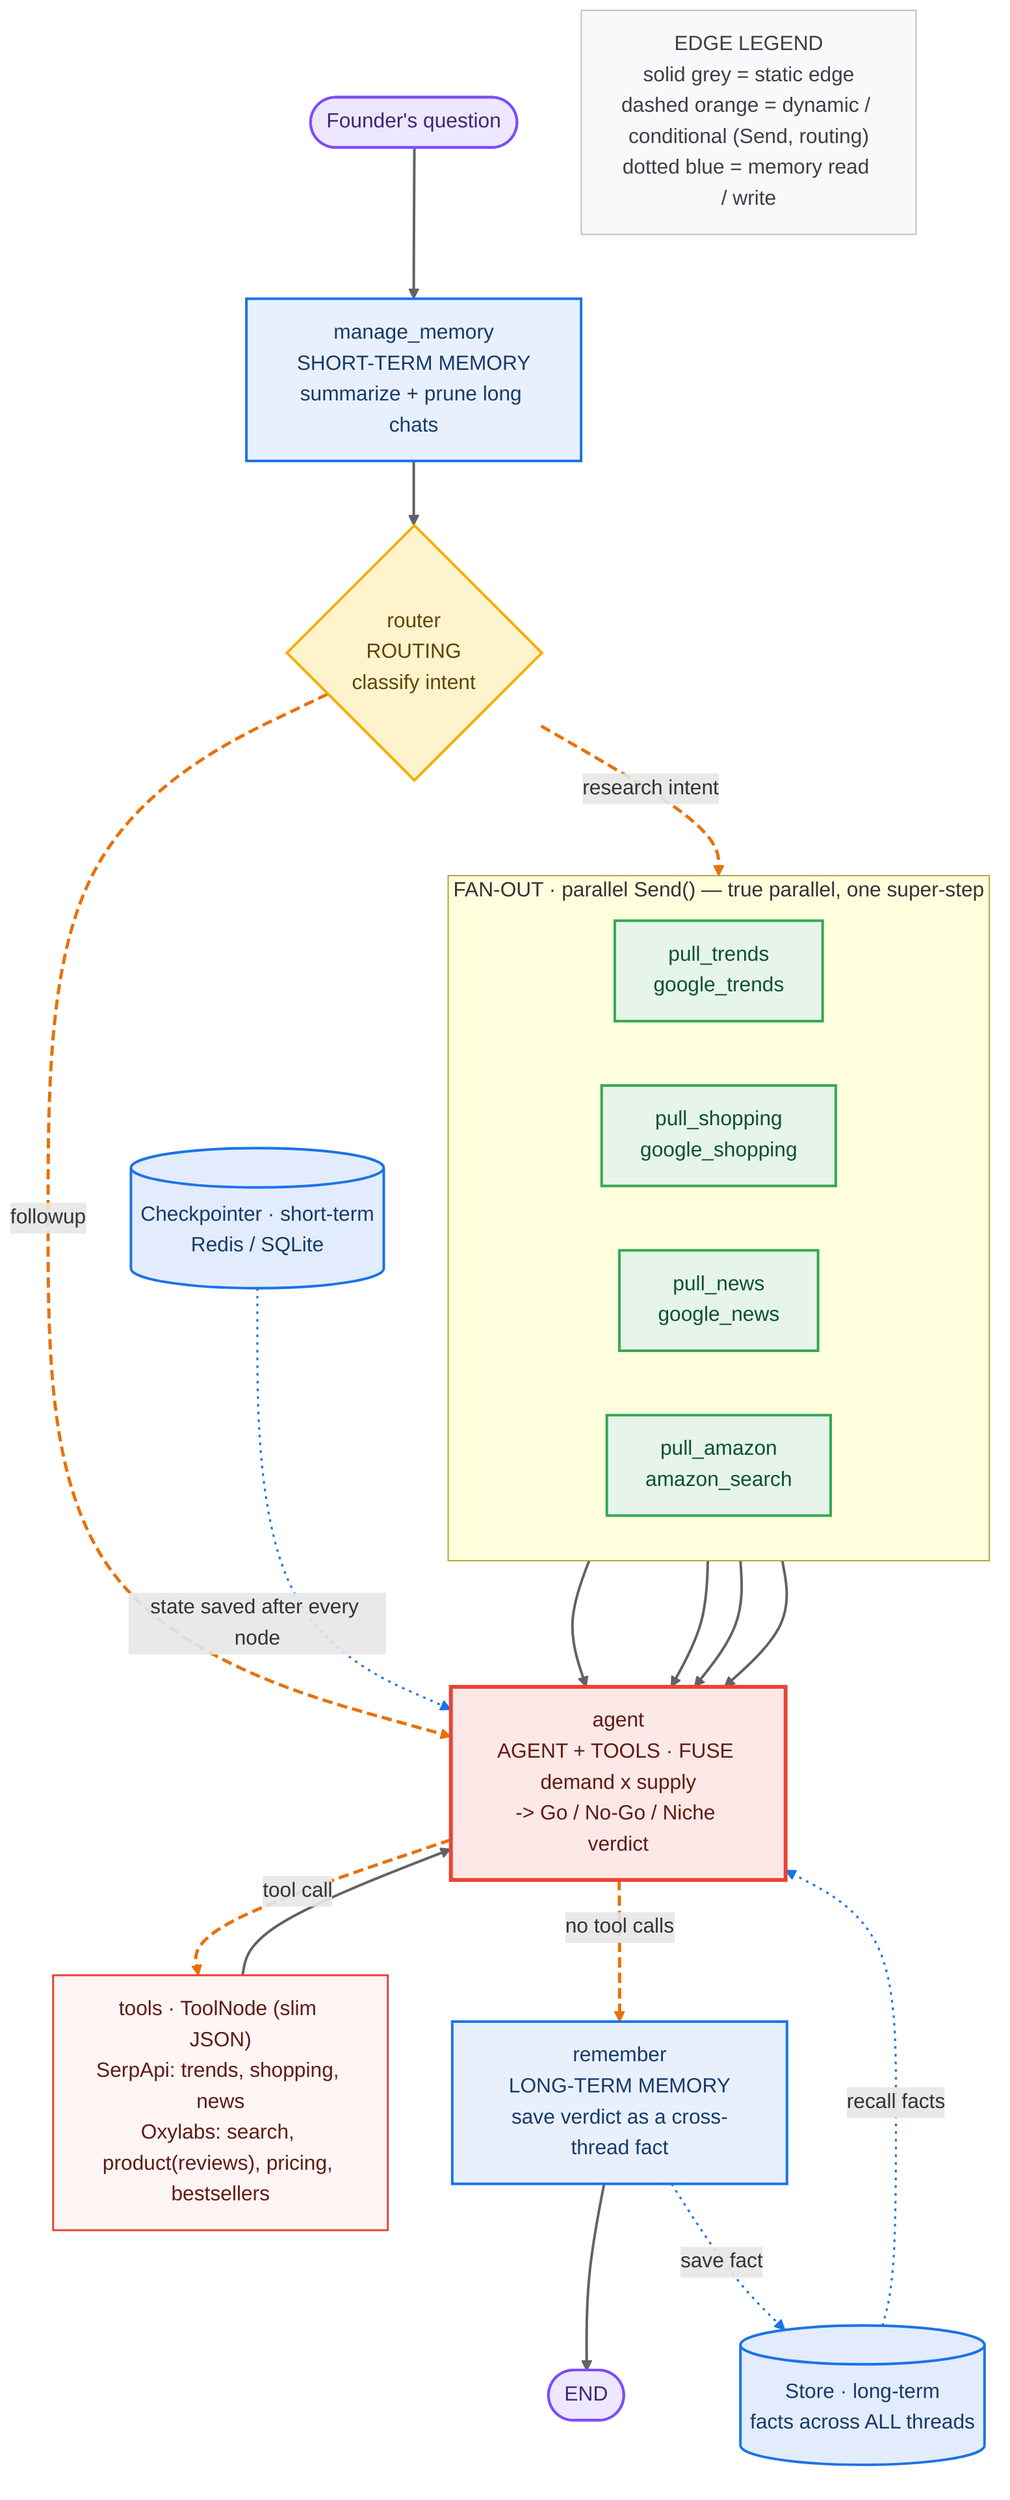
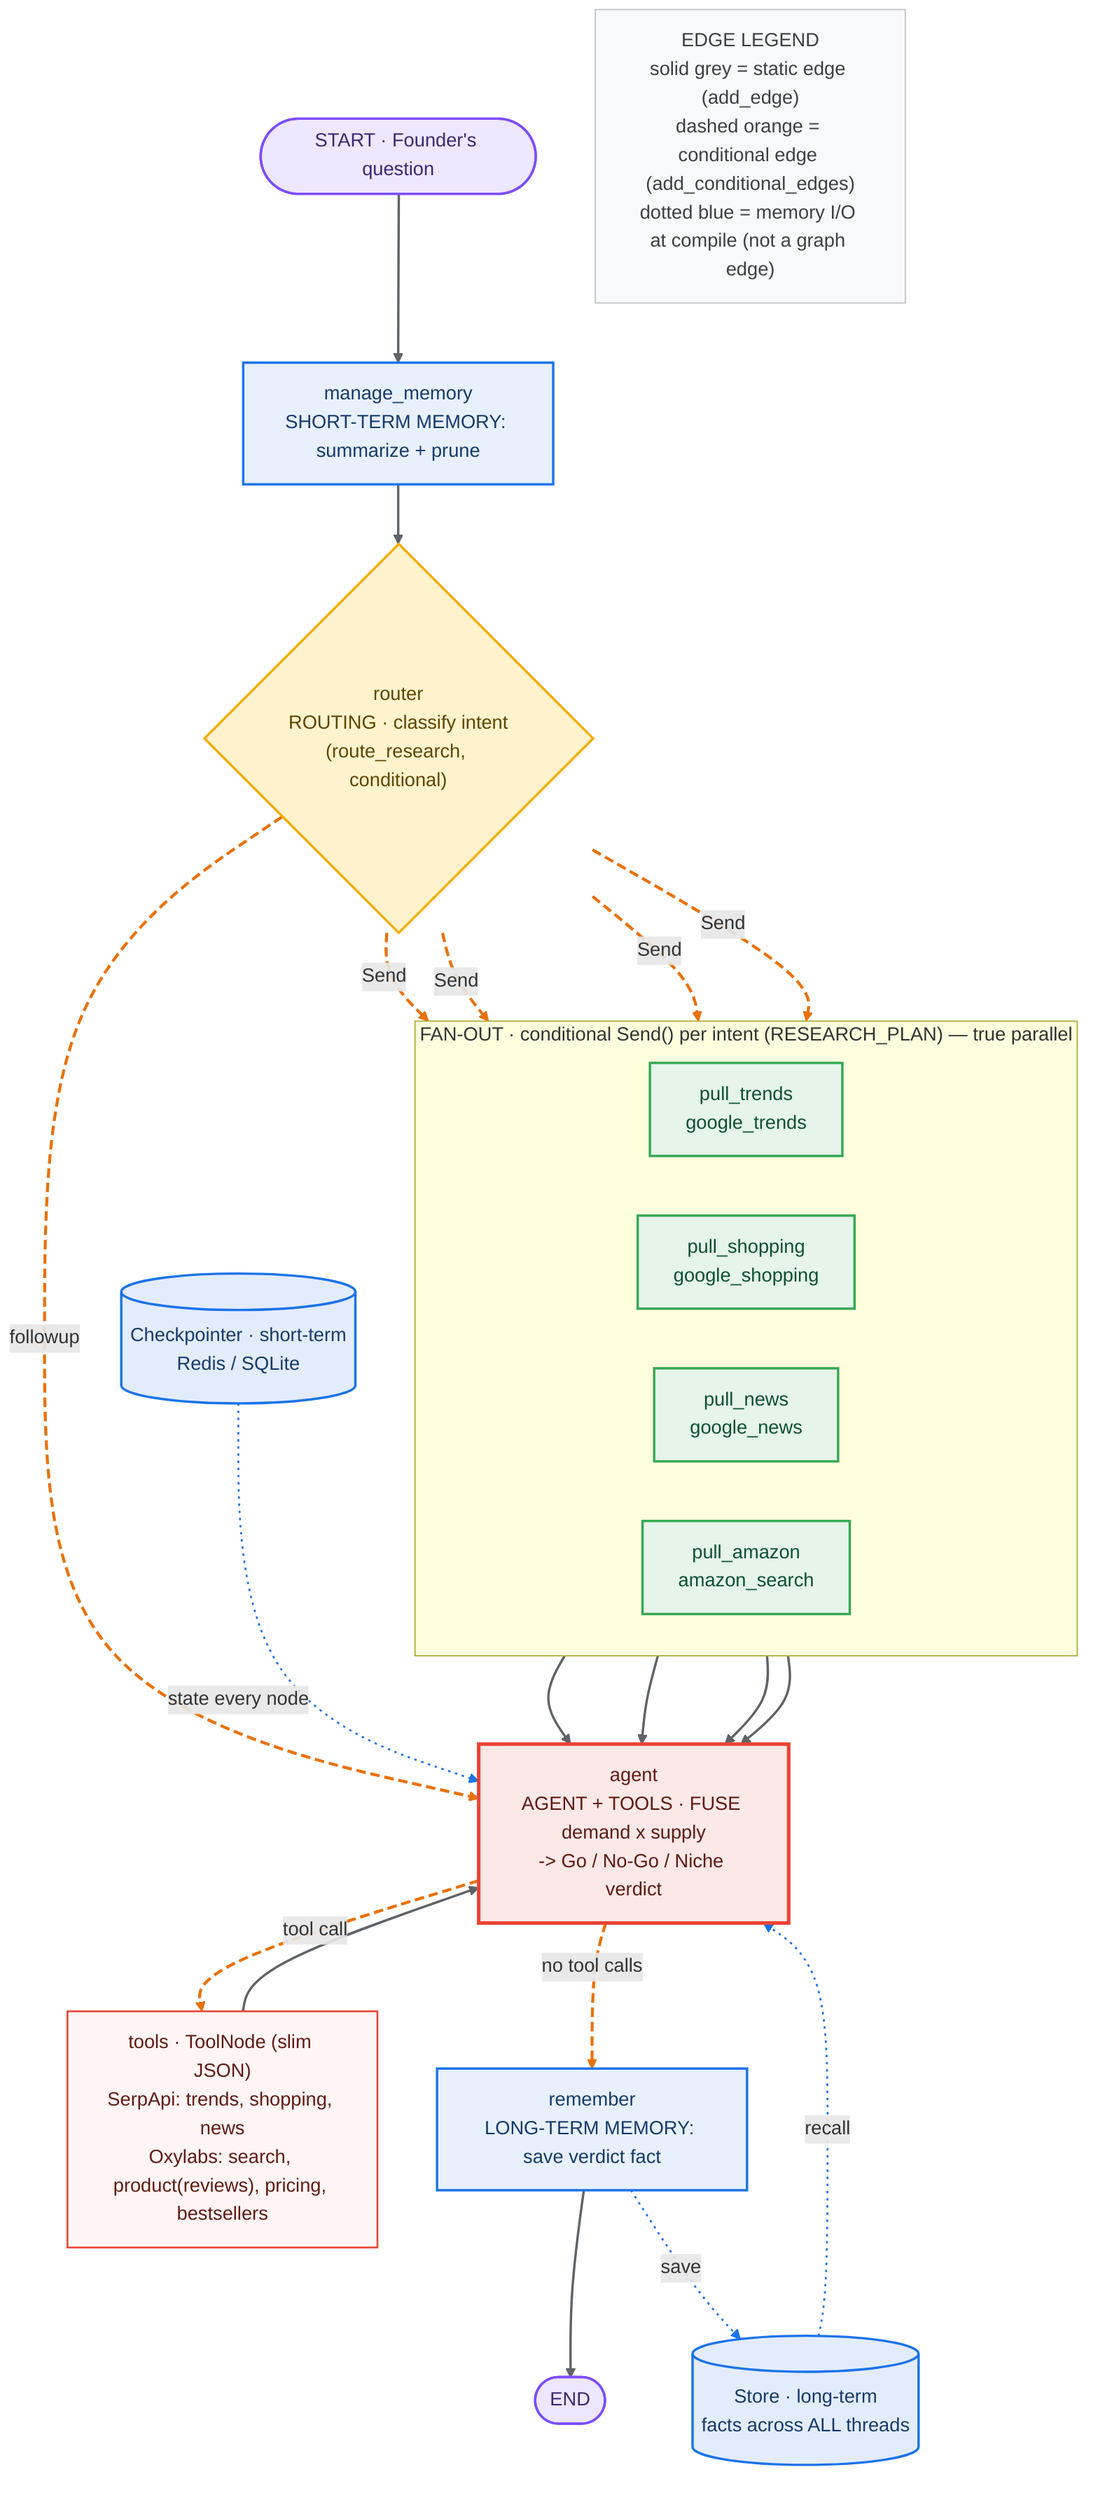
flowchart TD
-   U([Founder's question]):::se
-   MM["manage_memory<br/>SHORT-TERM MEMORY<br/>summarize + prune long chats"]:::mem
-   R{"router<br/>ROUTING<br/>classify intent"}:::route
+   U([START &middot; Founder's question]):::se
+   MM["manage_memory<br/>SHORT-TERM MEMORY: summarize + prune"]:::mem
+   R{"router<br/>ROUTING &middot; classify intent<br/>(route_research, conditional)"}:::route
  AG["agent<br/>AGENT + TOOLS &middot; FUSE demand x supply<br/>-&gt; Go / No-Go / Niche verdict"]:::agent
  TL["tools &middot; ToolNode (slim JSON)<br/>SerpApi: trends, shopping, news<br/>Oxylabs: search, product(reviews), pricing, bestsellers"]:::tools
-   RM["remember<br/>LONG-TERM MEMORY<br/>save verdict as a cross-thread fact"]:::mem
+   RM["remember<br/>LONG-TERM MEMORY: save verdict fact"]:::mem
  E([END]):::se
  CP[("Checkpointer &middot; short-term<br/>Redis / SQLite")]:::db
  ST[("Store &middot; long-term<br/>facts across ALL threads")]:::db
-   LEG["EDGE LEGEND<br/>solid grey = static edge<br/>dashed orange = dynamic / conditional (Send, routing)<br/>dotted blue = memory read / write"]:::legend
+   LEG["EDGE LEGEND<br/>solid grey = static edge (add_edge)<br/>dashed orange = conditional edge (add_conditional_edges)<br/>dotted blue = memory I/O at compile (not a graph edge)"]:::legend

-   subgraph FO["FAN-OUT &middot; parallel Send() &mdash; true parallel, one super-step"]
+   subgraph FO["FAN-OUT &middot; conditional Send() per intent (RESEARCH_PLAN) &mdash; true parallel"]
    direction LR
    WT["pull_trends<br/>google_trends"]:::fan
    WS["pull_shopping<br/>google_shopping"]:::fan
    WN["pull_news<br/>google_news"]:::fan
    WA["pull_amazon<br/>amazon_search"]:::fan
  end

  U --> MM
  MM --> R
-   R -.->|research intent| FO
+   R -.->|Send| WT
+   R -.->|Send| WS
+   R -.->|Send| WN
+   R -.->|Send| WA
  R -.->|followup| AG
  WT --> AG
  WS --> AG
  WN --> AG
  WA --> AG
  AG -.->|tool call| TL
  TL --> AG
  AG -.->|no tool calls| RM
  RM --> E
-   CP -.->|state saved after every node| AG
-   ST -.->|recall facts| AG
-   RM -.->|save fact| ST
+   CP -.->|state every node| AG
+   ST -.->|recall| AG
+   RM -.->|save| ST

-   linkStyle 0,1,4,5,6,7,9,11 stroke:#5f6368,stroke-width:2px
-   linkStyle 2,3,8,10 stroke:#e8710a,stroke-width:2.5px,stroke-dasharray:8 4
-   linkStyle 12,13,14 stroke:#1a73e8,stroke-width:1.6px,stroke-dasharray:2 4
+   linkStyle 0,1,7,8,9,10,12,14 stroke:#5f6368,stroke-width:2px
+   linkStyle 2,3,4,5,6,11,13 stroke:#e8710a,stroke-width:2.5px,stroke-dasharray:8 4
+   linkStyle 15,16,17 stroke:#1a73e8,stroke-width:1.6px,stroke-dasharray:2 4

  classDef se fill:#ede7ff,stroke:#7c4dff,color:#3b2a72,stroke-width:2px;
  classDef mem fill:#e8f0fe,stroke:#1a73e8,color:#173a6b,stroke-width:2px;
  classDef route fill:#fff3cd,stroke:#f9ab00,color:#5f4500,stroke-width:2px;
  classDef fan fill:#e6f4ea,stroke:#34a853,color:#0b5132,stroke-width:2px;
  classDef agent fill:#fce8e6,stroke:#ea4335,color:#5f1b14,stroke-width:3px;
  classDef tools fill:#fff5f4,stroke:#ea4335,color:#5f1b14,stroke-width:1.5px;
  classDef db fill:#e3ecfd,stroke:#1a73e8,color:#173a6b,stroke-width:2px;
  classDef legend fill:#f8f9fa,stroke:#bdc1c6,color:#3c4043,stroke-width:1px;